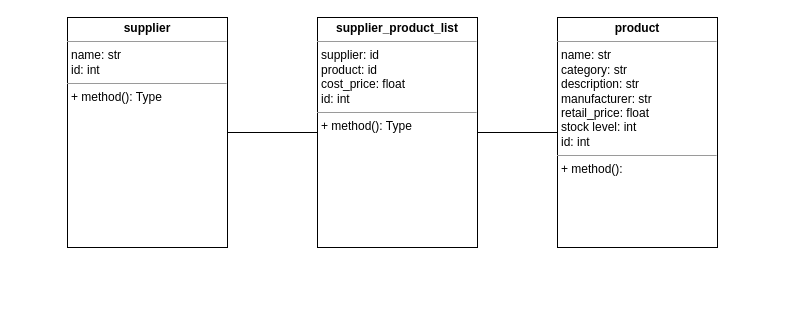
Before: planning/cam_shop_class_diags.drawio in benbeardyman/Camera_Shop_Inventory_App, a draw.io diagram. Source tidied: cells renumbered, new cells numbered last; positions are measured from the earlier drawing's top-left corner, leaving out a move shared by most shapes. Both pictures are drawn from the tidied source at 100%, with x=0, y=0 at pixel (67, 17).
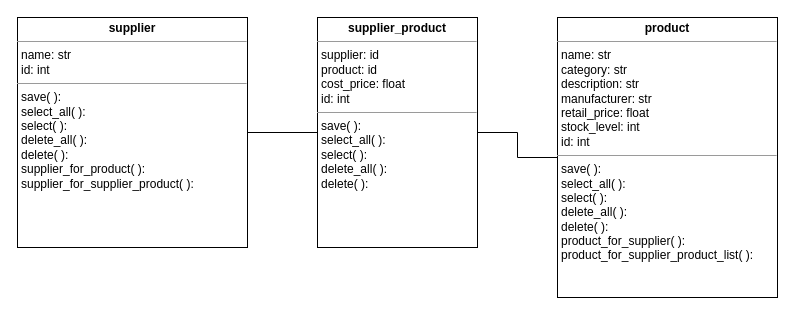
After the change.

Change to the diagram source:
```diff
@@
 <mxGraphModel>
   <root>
     <mxCell id="0" />
     <mxCell id="1" parent="0" />
-    <mxCell id="2" value="&lt;p style=&quot;margin:0px;margin-top:4px;text-align:center;&quot;&gt;&lt;b&gt;product&lt;/b&gt;&lt;/p&gt;&lt;hr size=&quot;1&quot;&gt;&lt;p style=&quot;margin:0px;margin-left:4px;&quot;&gt;name: str&lt;br&gt;category: str&lt;br&gt;description: str&lt;br&gt;manufacturer: str&lt;br&gt;&lt;/p&gt;&lt;p style=&quot;margin:0px;margin-left:4px;&quot;&gt;retail_price: float&lt;br&gt;stock level: int&lt;/p&gt;&lt;p style=&quot;margin:0px;margin-left:4px;&quot;&gt;id: int&lt;/p&gt;&lt;hr size=&quot;1&quot;&gt;&lt;p style=&quot;margin:0px;margin-left:4px;&quot;&gt;+ method():&lt;/p&gt;" style="verticalAlign=top;align=left;overflow=fill;fontSize=12;fontFamily=Helvetica;html=1;" parent="1" vertex="1">
-      <mxGeometry x="490" width="160" height="230" as="geometry" />
+    <mxCell id="2" value="&lt;p style=&quot;margin:0px;margin-top:4px;text-align:center;&quot;&gt;&lt;b&gt;product&lt;/b&gt;&lt;/p&gt;&lt;hr size=&quot;1&quot;&gt;&lt;p style=&quot;margin:0px;margin-left:4px;&quot;&gt;name: str&lt;br&gt;category: str&lt;br&gt;description: str&lt;br&gt;manufacturer: str&lt;br&gt;&lt;/p&gt;&lt;p style=&quot;margin:0px;margin-left:4px;&quot;&gt;retail_price: float&lt;br&gt;stock_level: int&lt;/p&gt;&lt;p style=&quot;margin:0px;margin-left:4px;&quot;&gt;id: int&lt;/p&gt;&lt;hr size=&quot;1&quot;&gt;&lt;p style=&quot;margin:0px;margin-left:4px;&quot;&gt;save( ):&lt;/p&gt;&lt;p style=&quot;margin:0px;margin-left:4px;&quot;&gt;select_all( ):&lt;/p&gt;&lt;p style=&quot;margin:0px;margin-left:4px;&quot;&gt;select( ):&lt;/p&gt;&lt;p style=&quot;margin:0px;margin-left:4px;&quot;&gt;delete_all( ):&lt;/p&gt;&lt;p style=&quot;margin:0px;margin-left:4px;&quot;&gt;delete( ):&lt;/p&gt;&lt;p style=&quot;margin:0px;margin-left:4px;&quot;&gt;product_for_supplier( ):&lt;/p&gt;&lt;p style=&quot;margin:0px;margin-left:4px;&quot;&gt;product_for_supplier_product_list( ):&lt;/p&gt;" style="verticalAlign=top;align=left;overflow=fill;fontSize=12;fontFamily=Helvetica;html=1;" parent="1" vertex="1">
+      <mxGeometry x="490" width="220" height="280" as="geometry" />
     </mxCell>
-    <mxCell id="3" value="&lt;p style=&quot;margin:0px;margin-top:4px;text-align:center;&quot;&gt;&lt;b&gt;supplier&lt;/b&gt;&lt;/p&gt;&lt;hr size=&quot;1&quot;&gt;&lt;p style=&quot;margin:0px;margin-left:4px;&quot;&gt;name: str&lt;br&gt;id: int&lt;/p&gt;&lt;hr size=&quot;1&quot;&gt;&lt;p style=&quot;margin:0px;margin-left:4px;&quot;&gt;+ method(): Type&lt;/p&gt;" style="verticalAlign=top;align=left;overflow=fill;fontSize=12;fontFamily=Helvetica;html=1;" parent="1" vertex="1">
-      <mxGeometry width="160" height="230" as="geometry" />
+    <mxCell id="3" value="&lt;p style=&quot;margin:0px;margin-top:4px;text-align:center;&quot;&gt;&lt;b&gt;supplier&lt;/b&gt;&lt;/p&gt;&lt;hr size=&quot;1&quot;&gt;&lt;p style=&quot;margin:0px;margin-left:4px;&quot;&gt;name: str&lt;br&gt;id: int&lt;/p&gt;&lt;hr size=&quot;1&quot;&gt;&lt;p style=&quot;margin: 0px 0px 0px 4px;&quot;&gt;save( ):&lt;/p&gt;&lt;p style=&quot;margin: 0px 0px 0px 4px;&quot;&gt;select_all( ):&lt;/p&gt;&lt;p style=&quot;margin: 0px 0px 0px 4px;&quot;&gt;select( ):&lt;/p&gt;&lt;p style=&quot;margin: 0px 0px 0px 4px;&quot;&gt;delete_all( ):&lt;/p&gt;&lt;p style=&quot;margin: 0px 0px 0px 4px;&quot;&gt;delete( ):&lt;/p&gt;&lt;p style=&quot;margin: 0px 0px 0px 4px;&quot;&gt;supplier_for_product( ):&lt;/p&gt;&lt;p style=&quot;margin: 0px 0px 0px 4px;&quot;&gt;supplier_for_supplier_product( ):&lt;/p&gt;" style="verticalAlign=top;align=left;overflow=fill;fontSize=12;fontFamily=Helvetica;html=1;" parent="1" vertex="1">
+      <mxGeometry x="-50" width="230" height="230" as="geometry" />
     </mxCell>
     <mxCell id="4" style="edgeStyle=orthogonalEdgeStyle;rounded=0;jettySize=auto;html=1;endArrow=none;endFill=0;" parent="1" edge="1" source="6" target="2">
       <mxGeometry relative="1" as="geometry" />
     </mxCell>
     <mxCell id="5" style="edgeStyle=orthogonalEdgeStyle;rounded=0;jettySize=auto;html=1;endArrow=none;endFill=0;" parent="1" edge="1" source="6" target="3">
       <mxGeometry relative="1" as="geometry" />
     </mxCell>
-    <mxCell id="6" value="&lt;p style=&quot;margin:0px;margin-top:4px;text-align:center;&quot;&gt;&lt;b&gt;supplier_product_list&lt;/b&gt;&lt;/p&gt;&lt;hr size=&quot;1&quot;&gt;&lt;p style=&quot;margin:0px;margin-left:4px;&quot;&gt;&lt;span style=&quot;background-color: initial;&quot;&gt;supplier: id&lt;/span&gt;&lt;/p&gt;&lt;p style=&quot;margin:0px;margin-left:4px;&quot;&gt;product: id&lt;/p&gt;&lt;p style=&quot;margin:0px;margin-left:4px;&quot;&gt;cost_price: float&lt;br&gt;id: int&lt;/p&gt;&lt;hr size=&quot;1&quot;&gt;&lt;p style=&quot;margin:0px;margin-left:4px;&quot;&gt;+ method(): Type&lt;/p&gt;" style="verticalAlign=top;align=left;overflow=fill;fontSize=12;fontFamily=Helvetica;html=1;" parent="1" vertex="1">
+    <mxCell id="6" value="&lt;p style=&quot;margin:0px;margin-top:4px;text-align:center;&quot;&gt;&lt;b&gt;supplier_product&lt;/b&gt;&lt;/p&gt;&lt;hr size=&quot;1&quot;&gt;&lt;p style=&quot;margin:0px;margin-left:4px;&quot;&gt;&lt;span style=&quot;background-color: initial;&quot;&gt;supplier: id&lt;/span&gt;&lt;/p&gt;&lt;p style=&quot;margin:0px;margin-left:4px;&quot;&gt;product: id&lt;/p&gt;&lt;p style=&quot;margin:0px;margin-left:4px;&quot;&gt;cost_price: float&lt;br&gt;id: int&lt;/p&gt;&lt;hr size=&quot;1&quot;&gt;&lt;p style=&quot;margin: 0px 0px 0px 4px;&quot;&gt;save( ):&lt;/p&gt;&lt;p style=&quot;margin: 0px 0px 0px 4px;&quot;&gt;select_all( ):&lt;/p&gt;&lt;p style=&quot;margin: 0px 0px 0px 4px;&quot;&gt;select( ):&lt;/p&gt;&lt;p style=&quot;margin: 0px 0px 0px 4px;&quot;&gt;delete_all( ):&lt;/p&gt;&lt;p style=&quot;margin: 0px 0px 0px 4px;&quot;&gt;delete( ):&lt;/p&gt;" style="verticalAlign=top;align=left;overflow=fill;fontSize=12;fontFamily=Helvetica;html=1;" parent="1" vertex="1">
       <mxGeometry x="250" width="160" height="230" as="geometry" />
     </mxCell>
   </root>
 </mxGraphModel>
```
